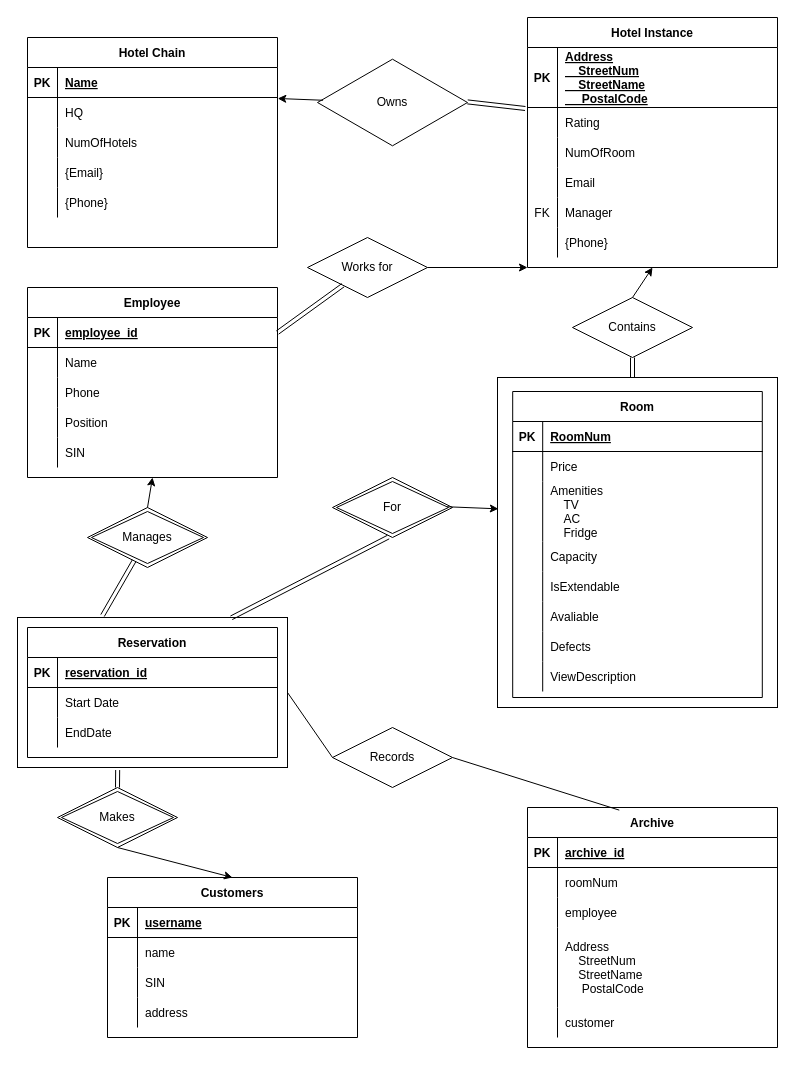
This is EntityRelationDiagram.drawio from LD-UO/CSI2132-Project, a draw.io file, before an edit. Source tidied: cells renumbered, new cells numbered last; positions are measured from the earlier drawing's top-left corner, leaving out a move shared by most shapes. Both pictures are drawn from the tidied source at 100%, with x=0, y=0 at pixel (17, 17).
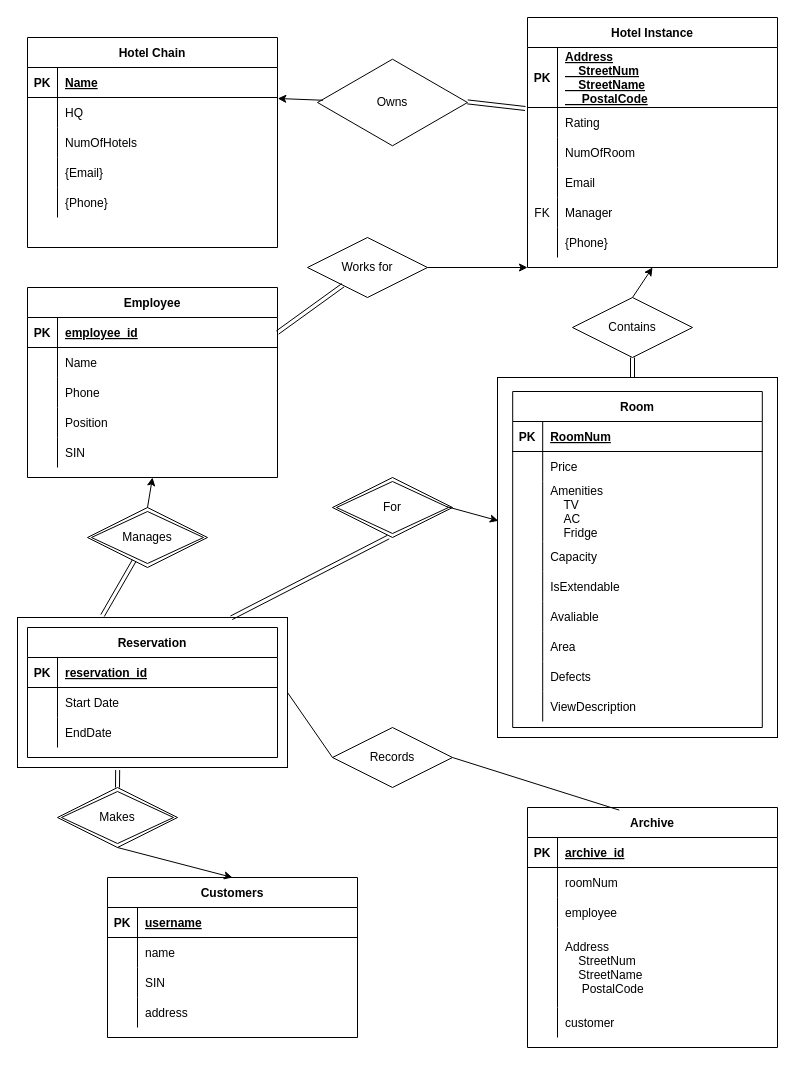
Above is the later version.

Commit message (it also covers changes not shown here):
Added: area attribute for rooms (null allowed), view for available rooms by area

Change to the diagram source:
```diff
@@
     <mxCell id="121" style="group;" parent="1" vertex="1">
-      <mxGeometry x="480" y="360" width="280" height="330" as="geometry" />
+      <mxGeometry x="480" y="360" width="280" height="360" as="geometry" />
     </mxCell>
     <mxCell id="122" style="whiteSpace=wrap;html=1;align=center;" parent="121" vertex="1">
-      <mxGeometry width="280" height="330" as="geometry" />
+      <mxGeometry width="280" height="360" as="geometry" />
     </mxCell>
     <mxCell id="123" value="Room" style="shape=table;startSize=30;childLayout=tableLayout;rowLines=0;fontStyle=1;align=center;" parent="121" vertex="1">
-      <mxGeometry x="15.2" y="14" width="249.6" height="306" as="geometry" />
+      <mxGeometry x="15.2" y="14" width="249.6" height="336" as="geometry" />
     </mxCell>
@@
+    <mxCell id="148" style="shape=tableRow;horizontal=0;startSize=0;swimlaneHead=0;swimlaneBody=0;fillColor=none;top=0;left=0;right=0;bottom=0;" parent="123" vertex="1">
+      <mxGeometry y="240" width="249.6" height="30" as="geometry" />
+    </mxCell>
+    <mxCell id="149" style="shape=partialRectangle;fillColor=none;top=0;left=0;bottom=0;right=0;overflow=hidden;" parent="148" vertex="1">
+      <mxGeometry width="30" height="30" as="geometry" />
+    </mxCell>
+    <mxCell id="150" value="Area" style="shape=partialRectangle;fillColor=none;top=0;left=0;bottom=0;right=0;align=left;spacingLeft=6;overflow=hidden;" parent="148" vertex="1">
+      <mxGeometry x="30" width="219.6" height="30" as="geometry" />
+    </mxCell>
     <mxCell id="142" style="shape=tableRow;horizontal=0;startSize=0;swimlaneHead=0;swimlaneBody=0;fillColor=none;top=0;left=0;right=0;bottom=0;" parent="123" vertex="1">
-      <mxGeometry y="240" width="249.6" height="30" as="geometry" />
+      <mxGeometry y="270" width="249.6" height="30" as="geometry" />
     </mxCell>
@@
     <mxCell id="145" style="shape=tableRow;horizontal=0;startSize=0;swimlaneHead=0;swimlaneBody=0;fillColor=none;top=0;left=0;right=0;bottom=0;" parent="123" vertex="1">
-      <mxGeometry y="270" width="249.6" height="30" as="geometry" />
+      <mxGeometry y="300" width="249.6" height="30" as="geometry" />
     </mxCell>
```
